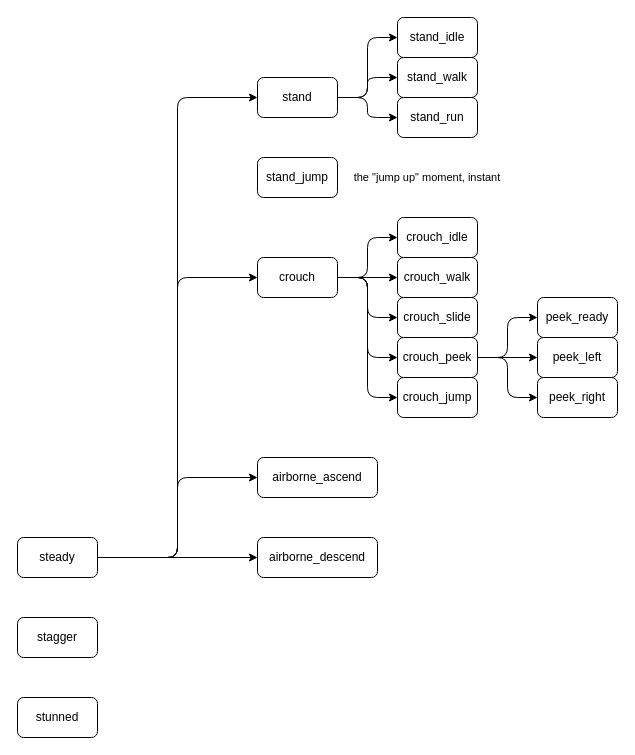
Earlier version of the draw.io diagram samples/immsim_controller/player_state.drawio (laoguowangCP/godot-statechart-sharp). Source tidied: cells renumbered, new cells numbered last; positions are measured from the earlier drawing's top-left corner, leaving out a move shared by most shapes. Both pictures are drawn from the tidied source at 100%, with x=0, y=0 at pixel (17, 17).
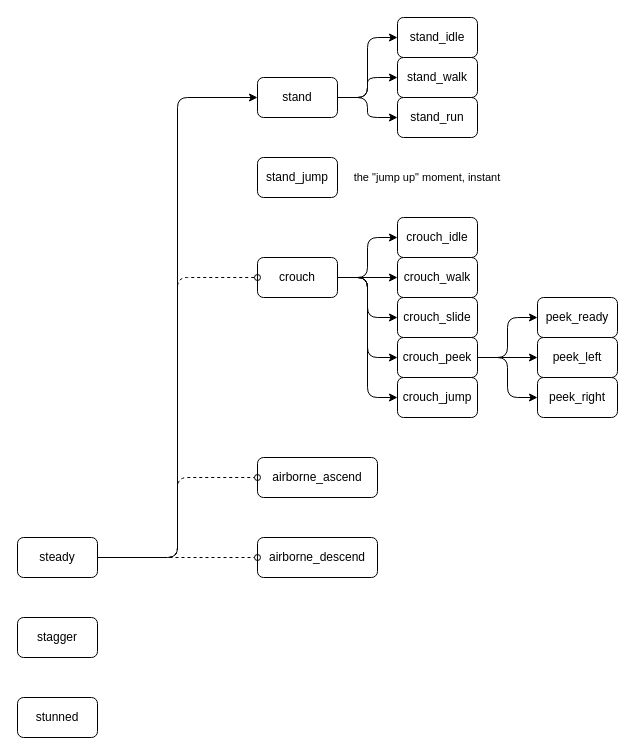
The same page after the edit.

Unchanged cells that the change refers to:
```xml
<mxCell id="19" value="crouch" style="rounded=1;whiteSpace=wrap;html=1;" parent="1" vertex="1">
  <mxGeometry x="240" y="240" width="80" height="40" as="geometry" />
</mxCell>
<mxCell id="25" value="airborne_ascend" style="rounded=1;whiteSpace=wrap;html=1;" parent="1" vertex="1">
  <mxGeometry x="240" y="440" width="120" height="40" as="geometry" />
</mxCell>
<mxCell id="26" value="airborne_descend" style="rounded=1;whiteSpace=wrap;html=1;" parent="1" vertex="1">
  <mxGeometry x="240" y="520" width="120" height="40" as="geometry" />
</mxCell>
<mxCell id="31" value="steady" style="rounded=1;whiteSpace=wrap;html=1;" parent="1" vertex="1">
  <mxGeometry y="520" width="80" height="40" as="geometry" />
</mxCell>
```

The edit, as a diff of the source:
```diff
@@
-    <mxCell id="28" style="edgeStyle=orthogonalEdgeStyle;shape=connector;rounded=1;jettySize=auto;html=1;exitX=1;exitY=0.5;exitDx=0;exitDy=0;entryX=0;entryY=0.5;entryDx=0;entryDy=0;labelBackgroundColor=default;strokeColor=default;fontFamily=Helvetica;fontSize=11;fontColor=default;endArrow=classic;" parent="1" edge="1" source="31" target="19">
+    <mxCell id="28" style="edgeStyle=orthogonalEdgeStyle;shape=connector;rounded=1;jettySize=auto;html=1;exitX=1;exitY=0.5;exitDx=0;exitDy=0;entryX=0;entryY=0.5;entryDx=0;entryDy=0;labelBackgroundColor=default;strokeColor=default;fontFamily=Helvetica;fontSize=11;fontColor=default;endArrow=oval;endFill=0;dashed=1;" parent="1" edge="1" source="31" target="19">
       <mxGeometry relative="1" as="geometry" />
     </mxCell>
-    <mxCell id="29" style="edgeStyle=orthogonalEdgeStyle;shape=connector;rounded=1;jettySize=auto;html=1;exitX=1;exitY=0.5;exitDx=0;exitDy=0;entryX=0;entryY=0.5;entryDx=0;entryDy=0;labelBackgroundColor=default;strokeColor=default;fontFamily=Helvetica;fontSize=11;fontColor=default;endArrow=classic;" parent="1" edge="1" source="31" target="25">
+    <mxCell id="29" style="edgeStyle=orthogonalEdgeStyle;shape=connector;rounded=1;jettySize=auto;html=1;exitX=1;exitY=0.5;exitDx=0;exitDy=0;entryX=0;entryY=0.5;entryDx=0;entryDy=0;labelBackgroundColor=default;strokeColor=default;fontFamily=Helvetica;fontSize=11;fontColor=default;endArrow=oval;endFill=0;dashed=1;" parent="1" edge="1" source="31" target="25">
       <mxGeometry relative="1" as="geometry" />
     </mxCell>
-    <mxCell id="30" style="edgeStyle=orthogonalEdgeStyle;shape=connector;rounded=1;jettySize=auto;html=1;exitX=1;exitY=0.5;exitDx=0;exitDy=0;entryX=0;entryY=0.5;entryDx=0;entryDy=0;labelBackgroundColor=default;strokeColor=default;fontFamily=Helvetica;fontSize=11;fontColor=default;endArrow=classic;" parent="1" edge="1" source="31" target="26">
+    <mxCell id="30" style="edgeStyle=orthogonalEdgeStyle;shape=connector;rounded=1;jettySize=auto;html=1;exitX=1;exitY=0.5;exitDx=0;exitDy=0;entryX=0;entryY=0.5;entryDx=0;entryDy=0;labelBackgroundColor=default;strokeColor=default;fontFamily=Helvetica;fontSize=11;fontColor=default;endArrow=oval;endFill=0;dashed=1;" parent="1" edge="1" source="31" target="26">
       <mxGeometry relative="1" as="geometry" />
     </mxCell>
```
